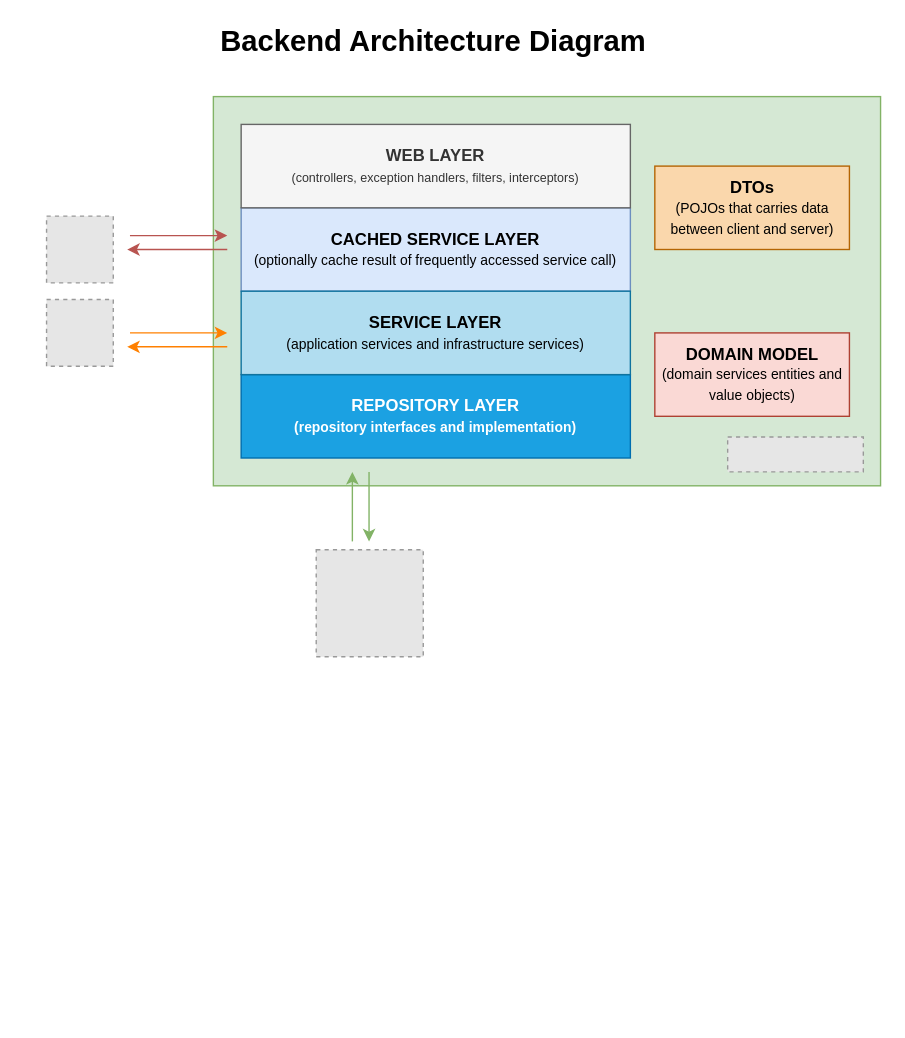
This is diagram/architecture-diagram.drawio from eportfolio-tech/server, a draw.io file, before an edit. Source tidied: cells renumbered, new cells numbered last; positions are measured from the earlier drawing's top-left corner, leaving out a move shared by most shapes. Both pictures are drawn from the tidied source at 139%, with x=0, y=0 at pixel (46, 26). Pictures stored in the file or linked from it are replaced by grey dashed boxes.
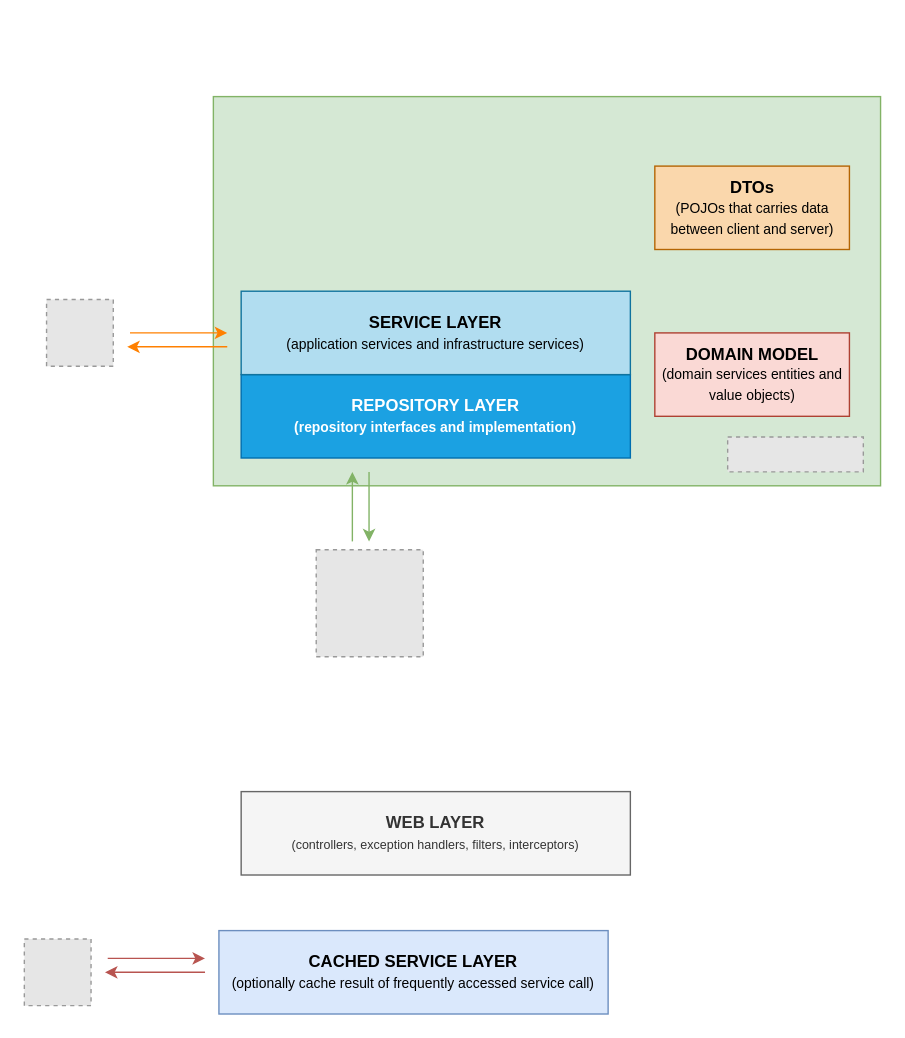
After the change.

The edit, as a diff of the source:
```diff
@@
     <mxCell id="3" value="&lt;b&gt;CACHED SERVICE LAYER&lt;/b&gt;&lt;br&gt;&lt;font style=&quot;font-size: 10px&quot;&gt;(optionally cache result of frequently accessed service call)&lt;/font&gt;" style="rounded=0;whiteSpace=wrap;html=1;fillColor=#dae8fc;strokeColor=#6c8ebf;" parent="1" vertex="1">
-      <mxGeometry x="140" y="130" width="280" height="60" as="geometry" />
+      <mxGeometry x="124" y="650" width="280" height="60" as="geometry" />
     </mxCell>
@@
     <mxCell id="5" value="&lt;b&gt;WEB LAYER&lt;/b&gt;&lt;br&gt;&lt;font style=&quot;font-size: 9px&quot;&gt;(controllers, exception handlers, filters, interceptors)&lt;/font&gt;" style="whiteSpace=wrap;html=1;fillColor=#f5f5f5;strokeColor=#666666;fontColor=#333333;" parent="1" vertex="1">
-      <mxGeometry x="140" y="70" width="280" height="60" as="geometry" />
+      <mxGeometry x="140" y="550" width="280" height="60" as="geometry" />
     </mxCell>
@@
     <mxCell id="10" style="fillColor=#E6E6E6;strokeColor=#999999;dashed=1;verticalLabelPosition=bottom;verticalAlign=top;" parent="1" vertex="1">
-      <mxGeometry y="136" width="48" height="48" as="geometry" />
+      <mxGeometry x="-16" y="656" width="48" height="48" as="geometry" />
     </mxCell>
@@
     <mxCell id="12" style="endArrow=classic;html=1;fillColor=#f8cecc;strokeColor=#b85450;" parent="1" edge="1">
       <mxGeometry relative="1" as="geometry">
-        <mxPoint x="60" y="150" as="sourcePoint" />
-        <mxPoint x="130" y="150" as="targetPoint" />
+        <mxPoint x="44" y="670" as="sourcePoint" />
+        <mxPoint x="114" y="670" as="targetPoint" />
       </mxGeometry>
     </mxCell>
     <mxCell id="13" style="endArrow=classic;html=1;fillColor=#f8cecc;strokeColor=#b85450;" parent="1" edge="1">
       <mxGeometry relative="1" as="geometry">
-        <mxPoint x="130" y="160" as="sourcePoint" />
-        <mxPoint x="58" y="160" as="targetPoint" />
+        <mxPoint x="114" y="680" as="sourcePoint" />
+        <mxPoint x="42" y="680" as="targetPoint" />
       </mxGeometry>
     </mxCell>
@@
-    <mxCell id="18" value="&lt;font size=&quot;1&quot;&gt;&lt;b style=&quot;font-size: 21px&quot;&gt;Backend Architecture Diagram&lt;/b&gt;&lt;/font&gt;" style="text;html=1;align=center;verticalAlign=middle;" parent="1" vertex="1">
-      <mxGeometry x="117.6" width="320" height="20" as="geometry" />
-    </mxCell>
```
